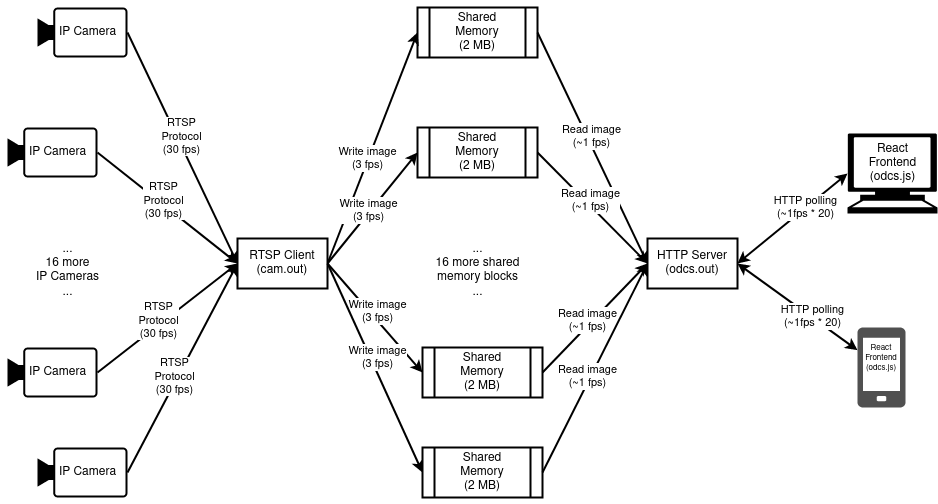
alex-lt-kong/cctv-dashboard keeps this draw.io diagram as assets/system-diagram.drawio.png. Above is the earlier version. Source tidied: cells renumbered, new cells last; positions are measured from the earlier drawing's top-left corner, leaving out a move shared by most shapes. The source it was exported from:
```xml
<mxGraphModel>
  <root>
    <mxCell id="0" />
    <mxCell id="1" parent="0" />
    <mxCell id="2" style="points=[[0,0.5,0],[0.19,0.02,0],[0.59,0,0],[0.985,0.02,0],[1,0.5,0],[0.985,0.98,0],[0.59,1,0],[0.19,0.98,0]];verticalLabelPosition=bottom;sketch=0;html=1;verticalAlign=top;align=center;shape=mxgraph.cisco19.camera;fillColor=#000000;strokeColor=none;strokeWidth=14;" parent="1" vertex="1">
      <mxGeometry x="30" width="90" height="50" as="geometry" />
    </mxCell>
    <mxCell id="3" style="endArrow=classic;html=1;rounded=0;exitX=1;exitY=0.5;exitDx=0;exitDy=0;exitPerimeter=0;entryX=0;entryY=0.5;entryDx=0;entryDy=0;strokeWidth=2;" parent="1" edge="1" source="2" target="25">
      <mxGeometry relative="1" as="geometry" />
    </mxCell>
    <mxCell id="4" value="&lt;div&gt;RTSP&lt;/div&gt;&lt;div&gt;Protocol&lt;/div&gt;&lt;div&gt;(30 fps)&lt;br&gt;&lt;/div&gt;" style="edgeLabel;html=1;align=center;verticalAlign=middle;" parent="3" vertex="1">
      <mxGeometry x="-0.09" y="4" relative="1" as="geometry" />
    </mxCell>
    <mxCell id="5" value="&lt;div&gt;Shared&lt;/div&gt;&lt;div&gt;Memory&lt;/div&gt;&lt;div&gt;(2 MB)&lt;br&gt;&lt;/div&gt;" style="shape=process;whiteSpace=wrap;html=1;backgroundOutline=1;strokeWidth=2;" parent="1" vertex="1">
      <mxGeometry x="410" width="120" height="50" as="geometry" />
    </mxCell>
    <mxCell id="6" style="endArrow=classic;html=1;rounded=0;exitX=1;exitY=0.5;exitDx=0;exitDy=0;entryX=0;entryY=0.5;entryDx=0;entryDy=0;strokeWidth=2;" parent="1" edge="1" source="25" target="5">
      <mxGeometry relative="1" as="geometry" />
    </mxCell>
    <mxCell id="7" value="&lt;div&gt;Write image&lt;/div&gt;&lt;div&gt;(3 fps)&lt;br&gt;&lt;/div&gt;" style="edgeLabel;html=1;align=center;verticalAlign=middle;" parent="6" vertex="1">
      <mxGeometry x="-0.09" y="4" relative="1" as="geometry">
        <mxPoint x="3" as="offset" />
      </mxGeometry>
    </mxCell>
    <mxCell id="8" value="&lt;div&gt;HTTP Server&lt;/div&gt;&lt;div&gt;(odcs.out)&lt;br&gt;&lt;/div&gt;" style="rounded=0;whiteSpace=wrap;html=1;strokeWidth=2;" parent="1" vertex="1">
      <mxGeometry x="640" y="231" width="90" height="50" as="geometry" />
    </mxCell>
    <mxCell id="9" style="endArrow=classic;html=1;rounded=0;exitX=1;exitY=0.5;exitDx=0;exitDy=0;entryX=0;entryY=0.5;entryDx=0;entryDy=0;strokeWidth=2;" parent="1" edge="1" source="5" target="8">
      <mxGeometry relative="1" as="geometry" />
    </mxCell>
    <mxCell id="10" value="&lt;div&gt;Read image&lt;/div&gt;&lt;div&gt;(~1 fps)&lt;br&gt;&lt;/div&gt;" style="edgeLabel;html=1;align=center;verticalAlign=middle;" parent="9" vertex="1">
      <mxGeometry x="-0.09" y="4" relative="1" as="geometry" />
    </mxCell>
    <mxCell id="11" style="endArrow=classic;startArrow=classic;html=1;rounded=0;exitX=1;exitY=0.5;exitDx=0;exitDy=0;strokeWidth=2;entryX=0;entryY=0.5;entryDx=0;entryDy=0;entryPerimeter=0;" parent="1" edge="1" source="8" target="43">
      <mxGeometry relative="1" as="geometry" />
    </mxCell>
    <mxCell id="12" value="HTTP polling&lt;br&gt;&lt;div&gt;(~1fps * 20)&lt;/div&gt;" style="edgeLabel;html=1;align=center;verticalAlign=middle;" parent="11" vertex="1">
      <mxGeometry x="0.23" y="1" relative="1" as="geometry" />
    </mxCell>
    <mxCell id="13" style="points=[[0,0.5,0],[0.19,0.02,0],[0.59,0,0],[0.985,0.02,0],[1,0.5,0],[0.985,0.98,0],[0.59,1,0],[0.19,0.98,0]];verticalLabelPosition=bottom;sketch=0;html=1;verticalAlign=top;align=center;shape=mxgraph.cisco19.camera;fillColor=#000000;strokeColor=none;strokeWidth=14;" parent="1" vertex="1">
      <mxGeometry y="120" width="90" height="50" as="geometry" />
    </mxCell>
    <mxCell id="14" style="endArrow=classic;html=1;rounded=0;exitX=1;exitY=0.5;exitDx=0;exitDy=0;exitPerimeter=0;strokeWidth=2;entryX=0;entryY=0.5;entryDx=0;entryDy=0;" parent="1" edge="1" source="13" target="25">
      <mxGeometry relative="1" as="geometry" />
    </mxCell>
    <mxCell id="15" value="&lt;div&gt;RTSP&lt;/div&gt;&lt;div&gt;Protocol&lt;/div&gt;&lt;div&gt;(30 fps)&lt;br&gt;&lt;/div&gt;" style="edgeLabel;html=1;align=center;verticalAlign=middle;" parent="14" vertex="1">
      <mxGeometry x="-0.09" y="4" relative="1" as="geometry" />
    </mxCell>
    <mxCell id="16" value="&lt;div&gt;Shared&lt;/div&gt;&lt;div&gt;Memory&lt;/div&gt;&lt;div&gt;(2 MB)&lt;br&gt;&lt;/div&gt;" style="shape=process;whiteSpace=wrap;html=1;backgroundOutline=1;strokeWidth=2;" parent="1" vertex="1">
      <mxGeometry x="410" y="120" width="120" height="50" as="geometry" />
    </mxCell>
    <mxCell id="17" style="endArrow=classic;html=1;rounded=0;exitX=1;exitY=0.5;exitDx=0;exitDy=0;entryX=0;entryY=0.5;entryDx=0;entryDy=0;strokeWidth=2;" parent="1" edge="1" source="25" target="16">
      <mxGeometry relative="1" as="geometry" />
    </mxCell>
    <mxCell id="18" value="&lt;div&gt;Write image&lt;/div&gt;&lt;div&gt;(3 fps)&lt;br&gt;&lt;/div&gt;" style="edgeLabel;html=1;align=center;verticalAlign=middle;" parent="17" vertex="1">
      <mxGeometry x="-0.09" y="4" relative="1" as="geometry">
        <mxPoint x="3" as="offset" />
      </mxGeometry>
    </mxCell>
    <mxCell id="19" style="points=[[0,0.5,0],[0.19,0.02,0],[0.59,0,0],[0.985,0.02,0],[1,0.5,0],[0.985,0.98,0],[0.59,1,0],[0.19,0.98,0]];verticalLabelPosition=bottom;sketch=0;html=1;verticalAlign=top;align=center;shape=mxgraph.cisco19.camera;fillColor=#000000;strokeColor=none;strokeWidth=14;" parent="1" vertex="1">
      <mxGeometry y="340" width="90" height="50" as="geometry" />
    </mxCell>
    <mxCell id="20" style="endArrow=classic;html=1;rounded=0;exitX=1;exitY=0.5;exitDx=0;exitDy=0;exitPerimeter=0;entryX=0;entryY=0.5;entryDx=0;entryDy=0;strokeWidth=2;" parent="1" edge="1" source="19" target="25">
      <mxGeometry relative="1" as="geometry" />
    </mxCell>
    <mxCell id="21" value="&lt;div&gt;RTSP&lt;/div&gt;&lt;div&gt;Protocol&lt;/div&gt;&lt;div&gt;(30 fps)&lt;br&gt;&lt;/div&gt;" style="edgeLabel;html=1;align=center;verticalAlign=middle;" parent="20" vertex="1">
      <mxGeometry x="-0.09" y="4" relative="1" as="geometry" />
    </mxCell>
    <mxCell id="22" value="&lt;div&gt;Shared&lt;/div&gt;&lt;div&gt;Memory&lt;/div&gt;&lt;div&gt;(2 MB)&lt;br&gt;&lt;/div&gt;" style="shape=process;whiteSpace=wrap;html=1;backgroundOutline=1;strokeWidth=2;" parent="1" vertex="1">
      <mxGeometry x="415" y="340" width="120" height="50" as="geometry" />
    </mxCell>
    <mxCell id="23" style="endArrow=classic;html=1;rounded=0;exitX=1;exitY=0.5;exitDx=0;exitDy=0;entryX=0;entryY=0.5;entryDx=0;entryDy=0;strokeWidth=2;" parent="1" edge="1" source="25" target="22">
      <mxGeometry relative="1" as="geometry" />
    </mxCell>
    <mxCell id="24" value="&lt;div&gt;Write image&lt;/div&gt;&lt;div&gt;(3 fps)&lt;br&gt;&lt;/div&gt;" style="edgeLabel;html=1;align=center;verticalAlign=middle;" parent="23" vertex="1">
      <mxGeometry x="-0.09" y="4" relative="1" as="geometry">
        <mxPoint x="3" as="offset" />
      </mxGeometry>
    </mxCell>
    <mxCell id="25" value="&lt;div&gt;RTSP Client&lt;/div&gt;&lt;div&gt;(cam.out)&lt;br&gt;&lt;/div&gt;" style="rounded=0;whiteSpace=wrap;html=1;strokeWidth=2;" parent="1" vertex="1">
      <mxGeometry x="230" y="231" width="90" height="50" as="geometry" />
    </mxCell>
    <mxCell id="26" style="points=[[0,0.5,0],[0.19,0.02,0],[0.59,0,0],[0.985,0.02,0],[1,0.5,0],[0.985,0.98,0],[0.59,1,0],[0.19,0.98,0]];verticalLabelPosition=bottom;sketch=0;html=1;verticalAlign=top;align=center;shape=mxgraph.cisco19.camera;fillColor=#000000;strokeColor=none;strokeWidth=14;" parent="1" vertex="1">
      <mxGeometry x="30" y="440" width="90" height="50" as="geometry" />
    </mxCell>
    <mxCell id="27" style="endArrow=classic;html=1;rounded=0;exitX=1;exitY=0.5;exitDx=0;exitDy=0;exitPerimeter=0;entryX=0;entryY=0.5;entryDx=0;entryDy=0;strokeWidth=2;" parent="1" edge="1" source="26" target="25">
      <mxGeometry relative="1" as="geometry" />
    </mxCell>
    <mxCell id="28" value="&lt;div&gt;RTSP&lt;/div&gt;&lt;div&gt;Protocol&lt;/div&gt;&lt;div&gt;(30 fps)&lt;br&gt;&lt;/div&gt;" style="edgeLabel;html=1;align=center;verticalAlign=middle;" parent="27" vertex="1">
      <mxGeometry x="-0.09" y="4" relative="1" as="geometry" />
    </mxCell>
    <mxCell id="29" value="&lt;div&gt;Shared&lt;/div&gt;&lt;div&gt;Memory&lt;/div&gt;&lt;div&gt;(2 MB)&lt;br&gt;&lt;/div&gt;" style="shape=process;whiteSpace=wrap;html=1;backgroundOutline=1;strokeWidth=2;" parent="1" vertex="1">
      <mxGeometry x="415" y="440" width="120" height="50" as="geometry" />
    </mxCell>
    <mxCell id="30" style="endArrow=classic;html=1;rounded=0;exitX=1;exitY=0.5;exitDx=0;exitDy=0;entryX=0;entryY=0.5;entryDx=0;entryDy=0;strokeWidth=2;" parent="1" edge="1" source="25" target="29">
      <mxGeometry relative="1" as="geometry" />
    </mxCell>
    <mxCell id="31" value="&lt;div&gt;Write image&lt;/div&gt;&lt;div&gt;(3 fps)&lt;br&gt;&lt;/div&gt;" style="edgeLabel;html=1;align=center;verticalAlign=middle;" parent="30" vertex="1">
      <mxGeometry x="-0.09" y="4" relative="1" as="geometry">
        <mxPoint x="3" as="offset" />
      </mxGeometry>
    </mxCell>
    <mxCell id="32" style="endArrow=classic;html=1;rounded=0;exitX=1;exitY=0.5;exitDx=0;exitDy=0;strokeWidth=2;entryX=0;entryY=0.5;entryDx=0;entryDy=0;" parent="1" edge="1" source="16" target="8">
      <mxGeometry relative="1" as="geometry" />
    </mxCell>
    <mxCell id="33" value="&lt;div&gt;Read image&lt;/div&gt;&lt;div&gt;(~1 fps)&lt;br&gt;&lt;/div&gt;" style="edgeLabel;html=1;align=center;verticalAlign=middle;" parent="32" vertex="1">
      <mxGeometry x="-0.09" y="4" relative="1" as="geometry" />
    </mxCell>
    <mxCell id="34" style="endArrow=classic;html=1;rounded=0;exitX=1;exitY=0.5;exitDx=0;exitDy=0;entryX=0;entryY=0.5;entryDx=0;entryDy=0;strokeWidth=2;" parent="1" edge="1" source="22" target="8">
      <mxGeometry relative="1" as="geometry" />
    </mxCell>
    <mxCell id="35" value="&lt;div&gt;Read image&lt;/div&gt;&lt;div&gt;(~1 fps)&lt;br&gt;&lt;/div&gt;" style="edgeLabel;html=1;align=center;verticalAlign=middle;" parent="34" vertex="1">
      <mxGeometry x="-0.09" y="4" relative="1" as="geometry" />
    </mxCell>
    <mxCell id="36" style="endArrow=classic;html=1;rounded=0;exitX=1;exitY=0.5;exitDx=0;exitDy=0;entryX=0;entryY=0.5;entryDx=0;entryDy=0;strokeWidth=2;" parent="1" edge="1" source="29" target="8">
      <mxGeometry relative="1" as="geometry" />
    </mxCell>
    <mxCell id="37" value="&lt;div&gt;Read image&lt;/div&gt;&lt;div&gt;(~1 fps)&lt;br&gt;&lt;/div&gt;" style="edgeLabel;html=1;align=center;verticalAlign=middle;" parent="36" vertex="1">
      <mxGeometry x="-0.09" y="4" relative="1" as="geometry" />
    </mxCell>
    <mxCell id="38" value="&lt;div&gt;&lt;br&gt;&lt;/div&gt;&lt;div&gt;...&lt;/div&gt;&lt;div&gt;16 more&lt;/div&gt;&lt;div&gt;IP Cameras&lt;br&gt;&lt;/div&gt;&lt;div&gt;...&lt;br&gt;&lt;/div&gt;" style="text;html=1;align=center;verticalAlign=middle;fillColor=none;strokeColor=none;rounded=0;" parent="1" vertex="1">
      <mxGeometry x="15" y="211" width="90" height="90" as="geometry" />
    </mxCell>
    <mxCell id="39" value="&lt;div&gt;IP Camera&lt;/div&gt;" style="text;html=1;align=center;verticalAlign=middle;fillColor=none;strokeColor=none;rounded=0;" parent="1" vertex="1">
      <mxGeometry x="40" y="10" width="80" height="30" as="geometry" />
    </mxCell>
    <mxCell id="40" value="&lt;div&gt;IP Camera&lt;/div&gt;" style="text;html=1;align=center;verticalAlign=middle;fillColor=none;strokeColor=none;rounded=0;" parent="1" vertex="1">
      <mxGeometry x="10" y="130" width="80" height="30" as="geometry" />
    </mxCell>
    <mxCell id="41" value="&lt;div&gt;IP Camera&lt;/div&gt;" style="text;html=1;align=center;verticalAlign=middle;fillColor=none;strokeColor=none;rounded=0;" parent="1" vertex="1">
      <mxGeometry x="10" y="350" width="80" height="30" as="geometry" />
    </mxCell>
    <mxCell id="42" value="&lt;div&gt;IP Camera&lt;/div&gt;" style="text;html=1;align=center;verticalAlign=middle;fillColor=none;strokeColor=none;rounded=0;" parent="1" vertex="1">
      <mxGeometry x="40" y="450" width="80" height="30" as="geometry" />
    </mxCell>
    <mxCell id="43" style="shape=mxgraph.signs.tech.computer;html=1;fillColor=#000000;strokeColor=none;verticalLabelPosition=bottom;verticalAlign=top;align=center;" parent="1" vertex="1">
      <mxGeometry x="840" y="126" width="90" height="80" as="geometry" />
    </mxCell>
    <mxCell id="44" style="sketch=0;shadow=0;dashed=0;html=1;strokeColor=none;fillColor=#505050;labelPosition=center;verticalLabelPosition=bottom;verticalAlign=top;outlineConnect=0;align=center;shape=mxgraph.office.devices.cell_phone_generic;" parent="1" vertex="1">
      <mxGeometry x="850" y="320" width="48" height="80" as="geometry" />
    </mxCell>
    <mxCell id="45" style="endArrow=classic;startArrow=classic;html=1;rounded=0;exitX=1;exitY=0.5;exitDx=0;exitDy=0;strokeWidth=2;" parent="1" edge="1" source="8" target="44">
      <mxGeometry relative="1" as="geometry" />
    </mxCell>
    <mxCell id="46" value="HTTP polling&lt;br&gt;(~1fps * 20)" style="edgeLabel;html=1;align=center;verticalAlign=middle;" parent="45" vertex="1">
      <mxGeometry x="0.23" y="1" relative="1" as="geometry" />
    </mxCell>
    <mxCell id="47" value="React&lt;br&gt;Frontend&lt;br&gt;(odcs.js)" style="text;html=1;align=center;verticalAlign=middle;fillColor=none;strokeColor=none;rounded=0;" parent="1" vertex="1">
      <mxGeometry x="850" y="126" width="70" height="60" as="geometry" />
    </mxCell>
    <mxCell id="48" value="React&lt;br style=&quot;font-size: 8px;&quot;&gt;Frontend&lt;br style=&quot;font-size: 8px;&quot;&gt;(odcs.js)" style="text;whiteSpace=wrap;html=1;align=center;fontSize=8;" parent="1" vertex="1">
      <mxGeometry x="834" y="330" width="80" height="70" as="geometry" />
    </mxCell>
    <mxCell id="49" value="&lt;div&gt;&lt;br&gt;&lt;/div&gt;&lt;div&gt;...&lt;/div&gt;&lt;div&gt;16 more shared&lt;/div&gt;&lt;div&gt;memory blocks&lt;br&gt;&lt;/div&gt;&lt;div&gt;...&lt;br&gt;&lt;/div&gt;" style="text;html=1;align=center;verticalAlign=middle;fillColor=none;strokeColor=none;rounded=0;" parent="1" vertex="1">
      <mxGeometry x="415" y="211" width="110" height="90" as="geometry" />
    </mxCell>
  </root>
</mxGraphModel>
```
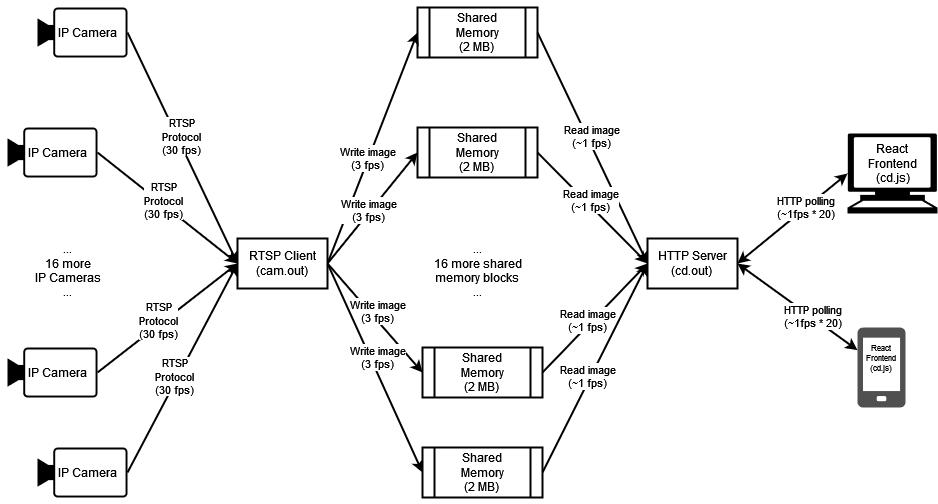
Later version of the same file.

Change to the diagram source:
```diff
@@ -22,7 +22,7 @@
         <mxPoint x="3" as="offset" />
       </mxGeometry>
     </mxCell>
-    <mxCell id="8" value="&lt;div&gt;HTTP Server&lt;/div&gt;&lt;div&gt;(odcs.out)&lt;br&gt;&lt;/div&gt;" style="rounded=0;whiteSpace=wrap;html=1;strokeWidth=2;" parent="1" vertex="1">
+    <mxCell id="8" value="&lt;div&gt;HTTP Server&lt;/div&gt;&lt;div&gt;(cd.out)&lt;br&gt;&lt;/div&gt;" style="rounded=0;whiteSpace=wrap;html=1;strokeWidth=2;" parent="1" vertex="1">
       <mxGeometry x="640" y="231" width="90" height="50" as="geometry" />
     </mxCell>
     <mxCell id="9" style="endArrow=classic;html=1;rounded=0;exitX=1;exitY=0.5;exitDx=0;exitDy=0;entryX=0;entryY=0.5;entryDx=0;entryDy=0;strokeWidth=2;" parent="1" edge="1" source="5" target="8">
@@ -145,10 +145,10 @@
     <mxCell id="46" value="HTTP polling&lt;br&gt;(~1fps * 20)" style="edgeLabel;html=1;align=center;verticalAlign=middle;" parent="45" vertex="1">
       <mxGeometry x="0.23" y="1" relative="1" as="geometry" />
     </mxCell>
-    <mxCell id="47" value="React&lt;br&gt;Frontend&lt;br&gt;(odcs.js)" style="text;html=1;align=center;verticalAlign=middle;fillColor=none;strokeColor=none;rounded=0;" parent="1" vertex="1">
+    <mxCell id="47" value="React&lt;br&gt;Frontend&lt;br&gt;(cd.js)" style="text;html=1;align=center;verticalAlign=middle;fillColor=none;strokeColor=none;rounded=0;" parent="1" vertex="1">
       <mxGeometry x="850" y="126" width="70" height="60" as="geometry" />
     </mxCell>
-    <mxCell id="48" value="React&lt;br style=&quot;font-size: 8px;&quot;&gt;Frontend&lt;br style=&quot;font-size: 8px;&quot;&gt;(odcs.js)" style="text;whiteSpace=wrap;html=1;align=center;fontSize=8;" parent="1" vertex="1">
+    <mxCell id="48" value="React&lt;br style=&quot;font-size: 8px;&quot;&gt;Frontend&lt;br style=&quot;font-size: 8px;&quot;&gt;(cd.js)" style="text;whiteSpace=wrap;html=1;align=center;fontSize=8;" parent="1" vertex="1">
       <mxGeometry x="834" y="330" width="80" height="70" as="geometry" />
     </mxCell>
     <mxCell id="49" value="&lt;div&gt;&lt;br&gt;&lt;/div&gt;&lt;div&gt;...&lt;/div&gt;&lt;div&gt;16 more shared&lt;/div&gt;&lt;div&gt;memory blocks&lt;br&gt;&lt;/div&gt;&lt;div&gt;...&lt;br&gt;&lt;/div&gt;" style="text;html=1;align=center;verticalAlign=middle;fillColor=none;strokeColor=none;rounded=0;" parent="1" vertex="1">
```
